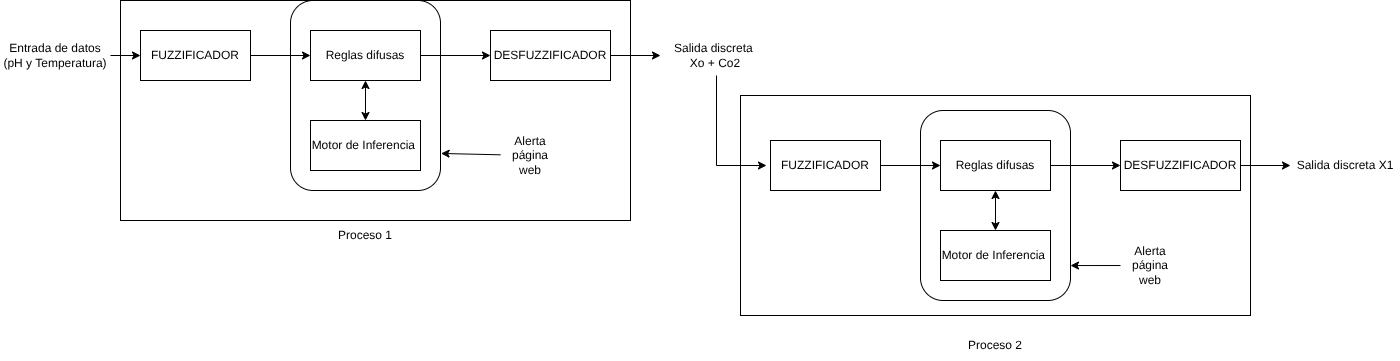
Before: UML/Modulo2/diseno/logicacascada.drawio.png, a diagram exported from draw.io (miicxitl-kin/Proyecto-Terminal-1-y-2). Source tidied: cells renumbered, new cells last; positions are measured from the earlier drawing's top-left corner, leaving out a move shared by most shapes. Its diagram source:
```xml
<mxGraphModel>
  <root>
    <mxCell id="0" />
    <mxCell id="1" parent="0" />
    <mxCell id="2" style="edgeStyle=none;html=1;" parent="1" edge="1" source="3" target="5">
      <mxGeometry relative="1" as="geometry" />
    </mxCell>
    <mxCell id="3" value="FUZZIFICADOR" style="html=1;whiteSpace=wrap;" parent="1" vertex="1">
      <mxGeometry x="140" y="30" width="110" height="50" as="geometry" />
    </mxCell>
    <mxCell id="4" style="edgeStyle=none;html=1;entryX=0;entryY=0.5;entryDx=0;entryDy=0;" parent="1" edge="1" source="5" target="8">
      <mxGeometry relative="1" as="geometry" />
    </mxCell>
    <mxCell id="5" value="Reglas difusas" style="html=1;whiteSpace=wrap;" parent="1" vertex="1">
      <mxGeometry x="310" y="30" width="110" height="50" as="geometry" />
    </mxCell>
    <mxCell id="6" value="Motor de Inferencia&amp;nbsp;" style="html=1;whiteSpace=wrap;" parent="1" vertex="1">
      <mxGeometry x="310" y="120" width="110" height="50" as="geometry" />
    </mxCell>
    <mxCell id="7" style="edgeStyle=none;html=1;entryX=0;entryY=0.5;entryDx=0;entryDy=0;" parent="1" edge="1" source="8" target="14">
      <mxGeometry relative="1" as="geometry" />
    </mxCell>
    <mxCell id="8" value="DESFUZZIFICADOR" style="html=1;whiteSpace=wrap;" parent="1" vertex="1">
      <mxGeometry x="490" y="30" width="120" height="50" as="geometry" />
    </mxCell>
    <mxCell id="9" style="rounded=1;whiteSpace=wrap;html=1;glass=0;fillColor=none;" parent="1" vertex="1">
      <mxGeometry x="290" width="150" height="190" as="geometry" />
    </mxCell>
    <mxCell id="10" style="endArrow=classic;startArrow=classic;html=1;exitX=0.5;exitY=0;exitDx=0;exitDy=0;entryX=0.5;entryY=1;entryDx=0;entryDy=0;" parent="1" edge="1" source="6" target="5">
      <mxGeometry relative="1" as="geometry" />
    </mxCell>
    <mxCell id="11" style="rounded=0;whiteSpace=wrap;html=1;fillColor=none;" parent="1" vertex="1">
      <mxGeometry x="120" width="510" height="220" as="geometry" />
    </mxCell>
    <mxCell id="12" style="edgeStyle=none;html=1;entryX=0;entryY=0.5;entryDx=0;entryDy=0;" parent="1" edge="1" source="13" target="3">
      <mxGeometry relative="1" as="geometry" />
    </mxCell>
    <mxCell id="13" value="Entrada de datos&lt;div&gt;(pH y Temperatura)&lt;/div&gt;" style="text;html=1;align=center;verticalAlign=middle;whiteSpace=wrap;rounded=0;" parent="1" vertex="1">
      <mxGeometry y="40" width="110" height="30" as="geometry" />
    </mxCell>
    <mxCell id="14" value="Salida discreta&amp;nbsp;&lt;div&gt;Xo + Co2&lt;/div&gt;" style="text;html=1;align=center;verticalAlign=middle;whiteSpace=wrap;rounded=0;" parent="1" vertex="1">
      <mxGeometry x="660" y="40" width="110" height="30" as="geometry" />
    </mxCell>
    <mxCell id="15" value="Proceso 1" style="text;html=1;align=center;verticalAlign=middle;whiteSpace=wrap;rounded=0;" parent="1" vertex="1">
      <mxGeometry x="310" y="220" width="110" height="30" as="geometry" />
    </mxCell>
    <mxCell id="16" style="edgeStyle=none;html=1;" parent="1" edge="1" source="17" target="19">
      <mxGeometry relative="1" as="geometry" />
    </mxCell>
    <mxCell id="17" value="FUZZIFICADOR" style="html=1;whiteSpace=wrap;" parent="1" vertex="1">
      <mxGeometry x="770" y="140" width="110" height="50" as="geometry" />
    </mxCell>
    <mxCell id="18" style="edgeStyle=none;html=1;entryX=0;entryY=0.5;entryDx=0;entryDy=0;" parent="1" edge="1" source="19" target="22">
      <mxGeometry relative="1" as="geometry" />
    </mxCell>
    <mxCell id="19" value="Reglas difusas" style="html=1;whiteSpace=wrap;" parent="1" vertex="1">
      <mxGeometry x="940" y="140" width="110" height="50" as="geometry" />
    </mxCell>
    <mxCell id="20" value="Motor de Inferencia&amp;nbsp;" style="html=1;whiteSpace=wrap;" parent="1" vertex="1">
      <mxGeometry x="940" y="230" width="110" height="50" as="geometry" />
    </mxCell>
    <mxCell id="21" style="edgeStyle=none;html=1;entryX=0;entryY=0.5;entryDx=0;entryDy=0;" parent="1" edge="1" source="22" target="27">
      <mxGeometry relative="1" as="geometry" />
    </mxCell>
    <mxCell id="22" value="DESFUZZIFICADOR" style="html=1;whiteSpace=wrap;" parent="1" vertex="1">
      <mxGeometry x="1120" y="140" width="120" height="50" as="geometry" />
    </mxCell>
    <mxCell id="23" style="rounded=1;whiteSpace=wrap;html=1;glass=0;fillColor=none;" parent="1" vertex="1">
      <mxGeometry x="920" y="110" width="150" height="190" as="geometry" />
    </mxCell>
    <mxCell id="24" style="endArrow=classic;startArrow=classic;html=1;exitX=0.5;exitY=0;exitDx=0;exitDy=0;entryX=0.5;entryY=1;entryDx=0;entryDy=0;" parent="1" edge="1" source="20" target="19">
      <mxGeometry relative="1" as="geometry" />
    </mxCell>
    <mxCell id="25" style="rounded=0;whiteSpace=wrap;html=1;fillColor=none;" parent="1" vertex="1">
      <mxGeometry x="740" y="95" width="510" height="220" as="geometry" />
    </mxCell>
    <mxCell id="26" style="edgeStyle=none;html=1;entryX=0;entryY=0.5;entryDx=0;entryDy=0;" parent="1" edge="1">
      <mxGeometry relative="1" as="geometry">
        <mxPoint x="716" y="165" as="sourcePoint" />
        <mxPoint x="766" y="165" as="targetPoint" />
      </mxGeometry>
    </mxCell>
    <mxCell id="27" value="Salida discreta X1" style="text;html=1;align=center;verticalAlign=middle;whiteSpace=wrap;rounded=0;" parent="1" vertex="1">
      <mxGeometry x="1290" y="150" width="110" height="30" as="geometry" />
    </mxCell>
    <mxCell id="28" value="Proceso 2" style="text;html=1;align=center;verticalAlign=middle;whiteSpace=wrap;rounded=0;" parent="1" vertex="1">
      <mxGeometry x="940" y="330" width="110" height="30" as="geometry" />
    </mxCell>
    <mxCell id="29" style="endArrow=none;html=1;entryX=0.5;entryY=1;entryDx=0;entryDy=0;endSize=5;" parent="1" edge="1">
      <mxGeometry relative="1" as="geometry">
        <mxPoint x="716" y="165" as="sourcePoint" />
        <mxPoint x="716" y="75" as="targetPoint" />
      </mxGeometry>
    </mxCell>
    <mxCell id="30" value="Alerta página web" style="text;html=1;align=center;verticalAlign=middle;whiteSpace=wrap;rounded=0;" parent="1" vertex="1">
      <mxGeometry x="500" y="140" width="60" height="30" as="geometry" />
    </mxCell>
    <mxCell id="31" style="edgeStyle=none;html=1;entryX=1.004;entryY=0.805;entryDx=0;entryDy=0;entryPerimeter=0;" parent="1" edge="1" source="30" target="9">
      <mxGeometry relative="1" as="geometry" />
    </mxCell>
    <mxCell id="32" value="Alerta página web" style="text;html=1;align=center;verticalAlign=middle;whiteSpace=wrap;rounded=0;" parent="1" vertex="1">
      <mxGeometry x="1120" y="250" width="60" height="30" as="geometry" />
    </mxCell>
    <mxCell id="33" style="edgeStyle=none;html=1;entryX=1;entryY=0.816;entryDx=0;entryDy=0;entryPerimeter=0;" parent="1" edge="1" source="32" target="23">
      <mxGeometry relative="1" as="geometry" />
    </mxCell>
  </root>
</mxGraphModel>
```
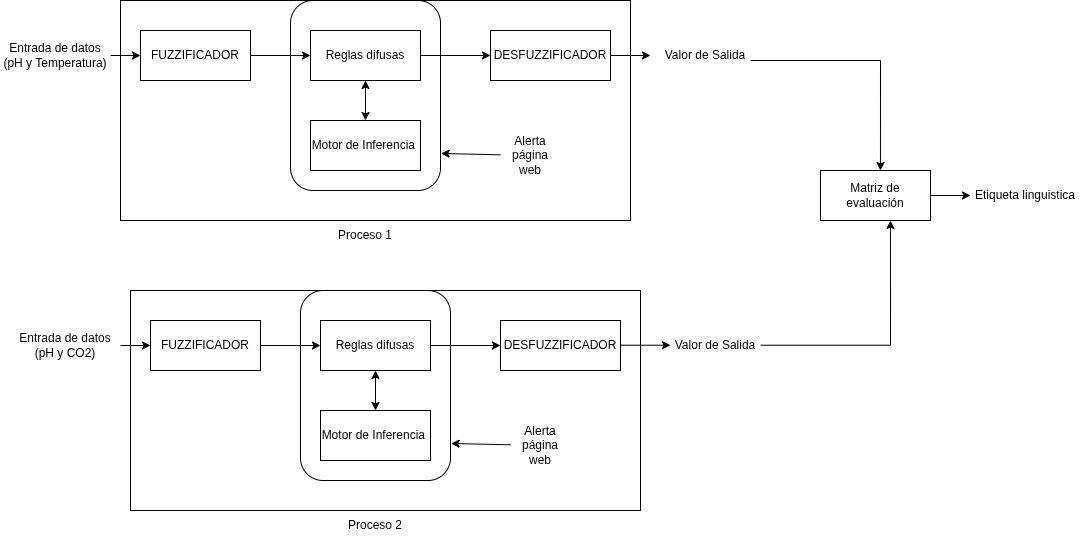
After the commit.

Diff of the diagram source:
```diff
@@ -38,71 +38,99 @@
     <mxCell id="13" value="Entrada de datos&lt;div&gt;(pH y Temperatura)&lt;/div&gt;" style="text;html=1;align=center;verticalAlign=middle;whiteSpace=wrap;rounded=0;" parent="1" vertex="1">
       <mxGeometry y="40" width="110" height="30" as="geometry" />
     </mxCell>
-    <mxCell id="14" value="Salida discreta&amp;nbsp;&lt;div&gt;Xo + Co2&lt;/div&gt;" style="text;html=1;align=center;verticalAlign=middle;whiteSpace=wrap;rounded=0;" parent="1" vertex="1">
-      <mxGeometry x="660" y="40" width="110" height="30" as="geometry" />
+    <mxCell id="14" value="&lt;div&gt;Valor de Salida&lt;/div&gt;" style="text;html=1;align=center;verticalAlign=middle;whiteSpace=wrap;rounded=0;" parent="1" vertex="1">
+      <mxGeometry x="650" y="40" width="110" height="30" as="geometry" />
     </mxCell>
     <mxCell id="15" value="Proceso 1" style="text;html=1;align=center;verticalAlign=middle;whiteSpace=wrap;rounded=0;" parent="1" vertex="1">
       <mxGeometry x="310" y="220" width="110" height="30" as="geometry" />
     </mxCell>
-    <mxCell id="16" style="edgeStyle=none;html=1;" parent="1" edge="1" source="17" target="19">
-      <mxGeometry relative="1" as="geometry" />
-    </mxCell>
+    <mxCell id="34" style="edgeStyle=none;html=1;entryX=0;entryY=0.5;entryDx=0;entryDy=0;" parent="1" edge="1" source="17" target="28">
+      <mxGeometry relative="1" as="geometry" />
+    </mxCell>
-    <mxCell id="17" value="FUZZIFICADOR" style="html=1;whiteSpace=wrap;" parent="1" vertex="1">
-      <mxGeometry x="770" y="140" width="110" height="50" as="geometry" />
+    <mxCell id="17" value="Matriz de evaluación" style="html=1;whiteSpace=wrap;" parent="1" vertex="1">
+      <mxGeometry x="820" y="170" width="110" height="50" as="geometry" />
     </mxCell>
+    <mxCell id="28" value="Etiqueta linguistica" style="text;html=1;align=center;verticalAlign=middle;whiteSpace=wrap;rounded=0;" parent="1" vertex="1">
+      <mxGeometry x="970" y="180" width="110" height="30" as="geometry" />
+    </mxCell>
+    <mxCell id="30" value="Alerta página web" style="text;html=1;align=center;verticalAlign=middle;whiteSpace=wrap;rounded=0;" parent="1" vertex="1">
+      <mxGeometry x="500" y="140" width="60" height="30" as="geometry" />
+    </mxCell>
+    <mxCell id="31" style="edgeStyle=none;html=1;entryX=1.004;entryY=0.805;entryDx=0;entryDy=0;entryPerimeter=0;" parent="1" edge="1" source="30" target="9">
+      <mxGeometry relative="1" as="geometry" />
+    </mxCell>
+    <mxCell id="35" style="edgeStyle=none;html=1;" parent="1" edge="1" source="36" target="19">
+      <mxGeometry relative="1" as="geometry" />
+    </mxCell>
+    <mxCell id="36" value="FUZZIFICADOR" style="html=1;whiteSpace=wrap;" parent="1" vertex="1">
+      <mxGeometry x="150" y="320" width="110" height="50" as="geometry" />
+    </mxCell>
     <mxCell id="18" style="edgeStyle=none;html=1;entryX=0;entryY=0.5;entryDx=0;entryDy=0;" parent="1" edge="1" source="19" target="22">
       <mxGeometry relative="1" as="geometry" />
     </mxCell>
     <mxCell id="19" value="Reglas difusas" style="html=1;whiteSpace=wrap;" parent="1" vertex="1">
-      <mxGeometry x="940" y="140" width="110" height="50" as="geometry" />
+      <mxGeometry x="320" y="320" width="110" height="50" as="geometry" />
     </mxCell>
     <mxCell id="20" value="Motor de Inferencia&amp;nbsp;" style="html=1;whiteSpace=wrap;" parent="1" vertex="1">
-      <mxGeometry x="940" y="230" width="110" height="50" as="geometry" />
+      <mxGeometry x="320" y="410" width="110" height="50" as="geometry" />
     </mxCell>
-    <mxCell id="21" style="edgeStyle=none;html=1;entryX=0;entryY=0.5;entryDx=0;entryDy=0;" parent="1" edge="1" source="22" target="27">
-      <mxGeometry relative="1" as="geometry" />
-    </mxCell>
     <mxCell id="22" value="DESFUZZIFICADOR" style="html=1;whiteSpace=wrap;" parent="1" vertex="1">
-      <mxGeometry x="1120" y="140" width="120" height="50" as="geometry" />
+      <mxGeometry x="500" y="320" width="120" height="50" as="geometry" />
     </mxCell>
-    <mxCell id="23" style="rounded=1;whiteSpace=wrap;html=1;glass=0;fillColor=none;" parent="1" vertex="1">
-      <mxGeometry x="920" y="110" width="150" height="190" as="geometry" />
-    </mxCell>
+    <mxCell id="37" style="rounded=1;whiteSpace=wrap;html=1;glass=0;fillColor=none;" parent="1" vertex="1">
+      <mxGeometry x="300" y="290" width="150" height="190" as="geometry" />
+    </mxCell>
     <mxCell id="24" style="endArrow=classic;startArrow=classic;html=1;exitX=0.5;exitY=0;exitDx=0;exitDy=0;entryX=0.5;entryY=1;entryDx=0;entryDy=0;" parent="1" edge="1" source="20" target="19">
       <mxGeometry relative="1" as="geometry" />
     </mxCell>
-    <mxCell id="25" style="rounded=0;whiteSpace=wrap;html=1;fillColor=none;" parent="1" vertex="1">
-      <mxGeometry x="740" y="95" width="510" height="220" as="geometry" />
-    </mxCell>
-    <mxCell id="26" style="edgeStyle=none;html=1;entryX=0;entryY=0.5;entryDx=0;entryDy=0;" parent="1" edge="1">
-      <mxGeometry relative="1" as="geometry">
-        <mxPoint x="716" y="165" as="sourcePoint" />
-        <mxPoint x="766" y="165" as="targetPoint" />
-      </mxGeometry>
-    </mxCell>
-    <mxCell id="27" value="Salida discreta X1" style="text;html=1;align=center;verticalAlign=middle;whiteSpace=wrap;rounded=0;" parent="1" vertex="1">
-      <mxGeometry x="1290" y="150" width="110" height="30" as="geometry" />
-    </mxCell>
-    <mxCell id="28" value="Proceso 2" style="text;html=1;align=center;verticalAlign=middle;whiteSpace=wrap;rounded=0;" parent="1" vertex="1">
-      <mxGeometry x="940" y="330" width="110" height="30" as="geometry" />
-    </mxCell>
-    <mxCell id="29" style="endArrow=none;html=1;entryX=0.5;entryY=1;entryDx=0;entryDy=0;endSize=5;" parent="1" edge="1">
-      <mxGeometry relative="1" as="geometry">
-        <mxPoint x="716" y="165" as="sourcePoint" />
-        <mxPoint x="716" y="75" as="targetPoint" />
-      </mxGeometry>
-    </mxCell>
-    <mxCell id="30" value="Alerta página web" style="text;html=1;align=center;verticalAlign=middle;whiteSpace=wrap;rounded=0;" parent="1" vertex="1">
-      <mxGeometry x="500" y="140" width="60" height="30" as="geometry" />
-    </mxCell>
-    <mxCell id="31" style="edgeStyle=none;html=1;entryX=1.004;entryY=0.805;entryDx=0;entryDy=0;entryPerimeter=0;" parent="1" edge="1" source="30" target="9">
-      <mxGeometry relative="1" as="geometry" />
-    </mxCell>
+    <mxCell id="38" style="rounded=0;whiteSpace=wrap;html=1;fillColor=none;" parent="1" vertex="1">
+      <mxGeometry x="130" y="290" width="510" height="220" as="geometry" />
+    </mxCell>
+    <mxCell id="39" style="edgeStyle=none;html=1;entryX=0;entryY=0.5;entryDx=0;entryDy=0;" parent="1" edge="1" source="40" target="36">
+      <mxGeometry relative="1" as="geometry" />
+    </mxCell>
+    <mxCell id="40" value="Entrada de datos&lt;div&gt;(pH y CO2)&lt;/div&gt;" style="text;html=1;align=center;verticalAlign=middle;whiteSpace=wrap;rounded=0;" parent="1" vertex="1">
+      <mxGeometry x="10" y="330" width="110" height="30" as="geometry" />
+    </mxCell>
+    <mxCell id="41" value="Proceso 2" style="text;html=1;align=center;verticalAlign=middle;whiteSpace=wrap;rounded=0;" parent="1" vertex="1">
+      <mxGeometry x="320" y="510" width="110" height="30" as="geometry" />
+    </mxCell>
     <mxCell id="32" value="Alerta página web" style="text;html=1;align=center;verticalAlign=middle;whiteSpace=wrap;rounded=0;" parent="1" vertex="1">
-      <mxGeometry x="1120" y="250" width="60" height="30" as="geometry" />
+      <mxGeometry x="510" y="430" width="60" height="30" as="geometry" />
     </mxCell>
-    <mxCell id="33" style="edgeStyle=none;html=1;entryX=1;entryY=0.816;entryDx=0;entryDy=0;entryPerimeter=0;" parent="1" edge="1" source="32" target="23">
-      <mxGeometry relative="1" as="geometry" />
-    </mxCell>
+    <mxCell id="42" style="edgeStyle=none;html=1;entryX=1.004;entryY=0.805;entryDx=0;entryDy=0;entryPerimeter=0;" parent="1" edge="1" source="32" target="37">
+      <mxGeometry relative="1" as="geometry" />
+    </mxCell>
+    <mxCell id="43" style="edgeStyle=none;html=1;entryX=0;entryY=0.5;entryDx=0;entryDy=0;" parent="1" edge="1">
+      <mxGeometry relative="1" as="geometry">
+        <mxPoint x="620" y="344.7" as="sourcePoint" />
+        <mxPoint x="670" y="344.7" as="targetPoint" />
+      </mxGeometry>
+    </mxCell>
+    <mxCell id="44" value="&lt;div&gt;Valor de Salida&lt;/div&gt;" style="text;html=1;align=center;verticalAlign=middle;whiteSpace=wrap;rounded=0;" parent="1" vertex="1">
+      <mxGeometry x="660" y="330" width="110" height="30" as="geometry" />
+    </mxCell>
+    <mxCell id="45" style="endArrow=none;html=1;" parent="1" edge="1">
+      <mxGeometry relative="1" as="geometry">
+        <mxPoint x="750" y="60" as="sourcePoint" />
+        <mxPoint x="880" y="60" as="targetPoint" />
+      </mxGeometry>
+    </mxCell>
+    <mxCell id="46" style="endArrow=none;html=1;" parent="1" edge="1">
+      <mxGeometry relative="1" as="geometry">
+        <mxPoint x="760" y="344.7" as="sourcePoint" />
+        <mxPoint x="890" y="344.7" as="targetPoint" />
+      </mxGeometry>
+    </mxCell>
+    <mxCell id="47" style="endArrow=classic;html=1;entryX=0.636;entryY=1;entryDx=0;entryDy=0;entryPerimeter=0;" parent="1" edge="1" target="17">
+      <mxGeometry relative="1" as="geometry">
+        <mxPoint x="890" y="345" as="sourcePoint" />
+      </mxGeometry>
+    </mxCell>
+    <mxCell id="48" style="endArrow=classic;html=1;entryX=0.545;entryY=0;entryDx=0;entryDy=0;entryPerimeter=0;" parent="1" edge="1" target="17">
+      <mxGeometry relative="1" as="geometry">
+        <mxPoint x="880" y="60" as="sourcePoint" />
+      </mxGeometry>
+    </mxCell>
   </root>
 </mxGraphModel>
```
